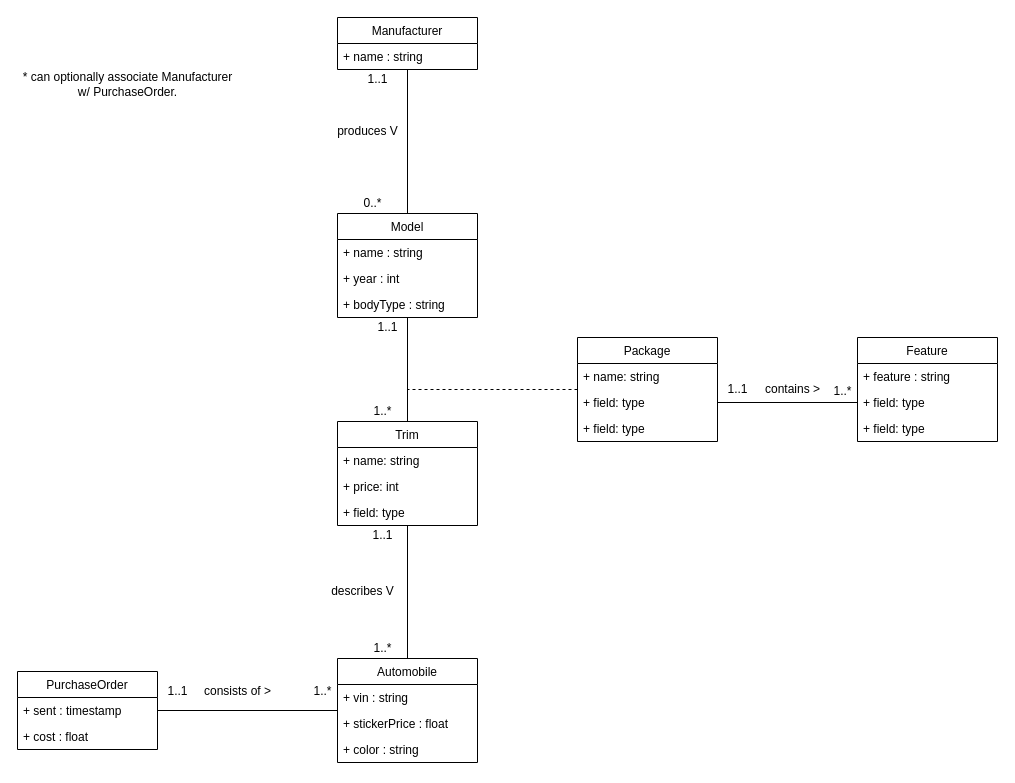
Before: page "UML" (1 of 2) of Project 2.drawio in AnthraciteData/CECS-323-, a draw.io diagram. Source tidied: cells renumbered, new cells numbered last; positions are measured from the earlier drawing's top-left corner, leaving out a move shared by most shapes. Both pictures are drawn from the tidied source at 100%, with x=0, y=0 at pixel (17, 17).
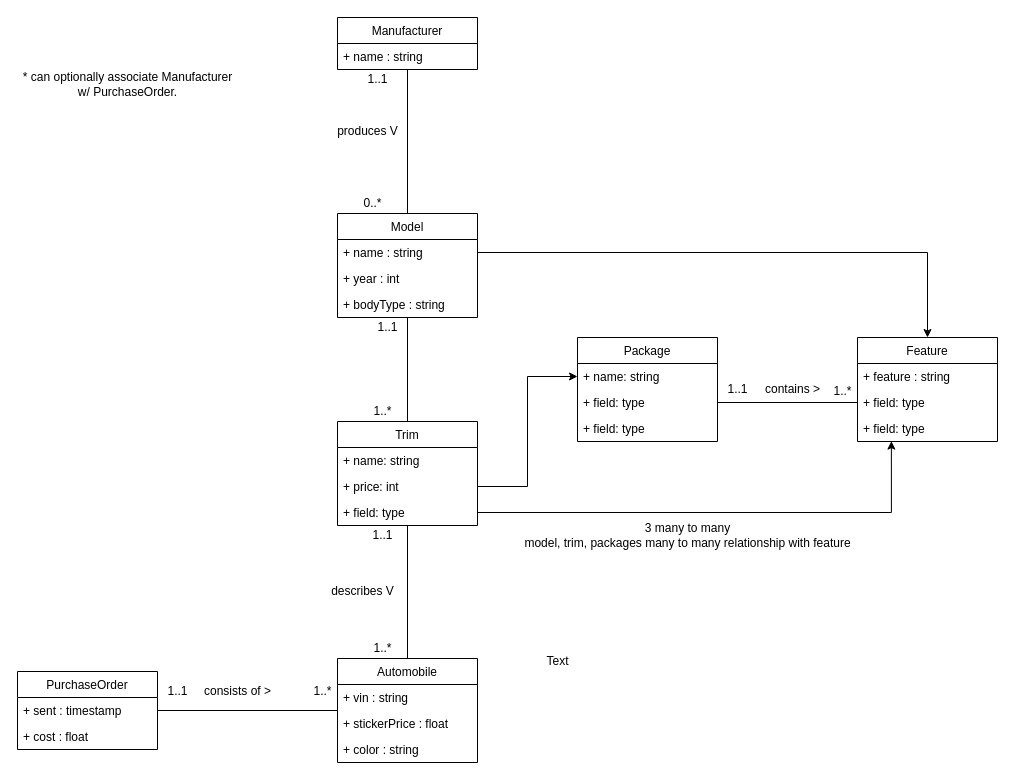
The same diagram, later.

Unchanged cells that the change refers to:
```xml
<mxCell id="20" value="+ name : string" style="text;strokeColor=none;fillColor=none;align=left;verticalAlign=top;spacingLeft=4;spacingRight=4;overflow=hidden;points=[[0,0.5],[1,0.5]];portConstraint=eastwest;" parent="19" vertex="1">
  <mxGeometry y="26" width="140" height="26" as="geometry" />
</mxCell>
<mxCell id="29" value="+ price: int" style="text;strokeColor=none;fillColor=none;align=left;verticalAlign=top;spacingLeft=4;spacingRight=4;overflow=hidden;points=[[0,0.5],[1,0.5]];portConstraint=eastwest;" parent="27" vertex="1">
  <mxGeometry y="52" width="140" height="26" as="geometry" />
</mxCell>
<mxCell id="30" value="+ field: type" style="text;strokeColor=none;fillColor=none;align=left;verticalAlign=top;spacingLeft=4;spacingRight=4;overflow=hidden;points=[[0,0.5],[1,0.5]];portConstraint=eastwest;" parent="27" vertex="1">
  <mxGeometry y="78" width="140" height="26" as="geometry" />
</mxCell>
<mxCell id="31" value="Feature" style="swimlane;fontStyle=0;horizontal=1;startSize=26;fillColor=none;" parent="1" vertex="1">
  <mxGeometry x="840" y="320" width="140" height="104" as="geometry" />
</mxCell>
<mxCell id="34" value="+ field: type" style="text;strokeColor=none;fillColor=none;align=left;verticalAlign=top;spacingLeft=4;spacingRight=4;overflow=hidden;points=[[0,0.5],[1,0.5]];portConstraint=eastwest;" parent="31" vertex="1">
  <mxGeometry y="78" width="140" height="26" as="geometry" />
</mxCell>
<mxCell id="36" value="Package" style="swimlane;fontStyle=0;horizontal=1;startSize=26;fillColor=none;" parent="1" vertex="1">
  <mxGeometry x="560" y="320" width="140" height="104" as="geometry" />
</mxCell>
<mxCell id="37" value="+ name: string" style="text;strokeColor=none;fillColor=none;align=left;verticalAlign=top;spacingLeft=4;spacingRight=4;overflow=hidden;points=[[0,0.5],[1,0.5]];portConstraint=eastwest;" parent="36" vertex="1">
  <mxGeometry y="26" width="140" height="26" as="geometry" />
</mxCell>
```

The edit, as a diff of the source:
```diff
@@
-    <mxCell id="35" style="edgeStyle=orthogonalEdgeStyle;rounded=0;jettySize=auto;html=1;endArrow=none;endFill=0;dashed=1;" parent="1" edge="1" source="36">
-      <mxGeometry relative="1" as="geometry">
-        <mxPoint x="390" y="372" as="targetPoint" />
-      </mxGeometry>
-    </mxCell>
@@
+    <mxCell id="48" value="3 many to many&lt;br&gt;model, trim, packages many to many relationship with feature" style="text;html=1;align=center;verticalAlign=middle;strokeColor=none;fillColor=none;" parent="1" vertex="1">
+      <mxGeometry x="500" y="503" width="340" height="30" as="geometry" />
+    </mxCell>
+    <mxCell id="49" style="edgeStyle=orthogonalEdgeStyle;rounded=0;jettySize=auto;html=1;" parent="1" edge="1" source="29" target="37">
+      <mxGeometry relative="1" as="geometry" />
+    </mxCell>
+    <mxCell id="50" style="edgeStyle=orthogonalEdgeStyle;rounded=0;jettySize=auto;html=1;entryX=0.5;entryY=0;entryDx=0;entryDy=0;" parent="1" edge="1" source="20" target="31">
+      <mxGeometry relative="1" as="geometry" />
+    </mxCell>
+    <mxCell id="51" style="edgeStyle=orthogonalEdgeStyle;rounded=0;jettySize=auto;html=1;entryX=0.242;entryY=0.986;entryDx=0;entryDy=0;entryPerimeter=0;" parent="1" edge="1" source="30" target="34">
+      <mxGeometry relative="1" as="geometry" />
+    </mxCell>
+    <mxCell id="52" value="Text" style="text;html=1;align=center;verticalAlign=middle;strokeColor=none;fillColor=none;" parent="1" vertex="1">
+      <mxGeometry x="520" y="634" width="40" height="20" as="geometry" />
+    </mxCell>
```
